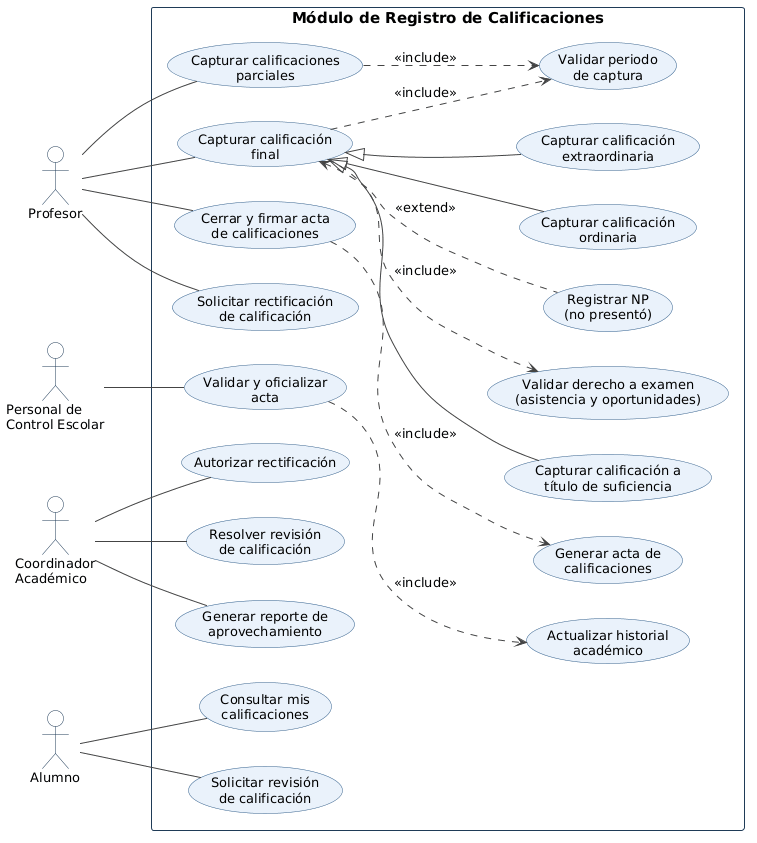
The PlantUML diagram modulos/resources/imgs/m8_calificaciones_casos_uso.png in Sudo-pacman-Rootkit/26b_is1_proyecto-final, before a commit.
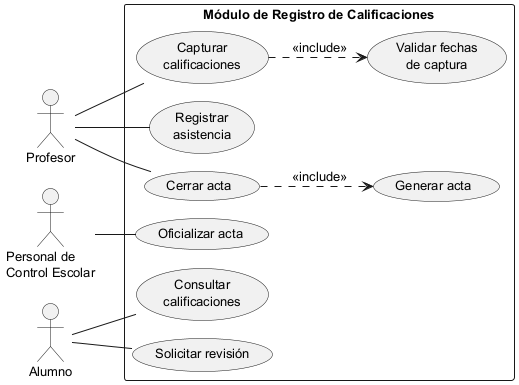
Later version of the same file.

Diff of the diagram source:
```diff
@@ -1,62 +1,28 @@
-@startuml
+@startuml m8_calificaciones_casos_uso
+!pragma layout smetana
 left to right direction
 skinparam shadowing false
 skinparam packageStyle rectangle
 skinparam defaultFontSize 13
-skinparam ArrowColor #444444
-skinparam actorBorderColor #1F3B57
-skinparam actorBackgroundColor #FFFFFF
-skinparam usecaseBackgroundColor #EAF2FB
-skinparam usecaseBorderColor #2F5D8A
-skinparam rectangleBorderColor #1F3B57
-skinparam rectangleFontStyle bold
-skinparam rectangleFontSize 15
 actor "Profesor" as PR
 actor "Personal de\nControl Escolar" as CE
-actor "Coordinador\nAcadémico" as CO
 actor "Alumno" as AL
-
 rectangle "Módulo de Registro de Calificaciones" {
-  usecase "Capturar calificaciones\nparciales" as UC01
-  usecase "Capturar calificación\nfinal" as UC02
-  usecase "Capturar calificación\nordinaria" as UC02a
-  usecase "Capturar calificación\nextraordinaria" as UC02b
-  usecase "Capturar calificación a\ntítulo de suficiencia" as UC02c
-  usecase "Validar periodo\nde captura" as UC03
-  usecase "Validar derecho a examen\n(asistencia y oportunidades)" as UC04
-  usecase "Registrar NP\n(no presentó)" as UC05
-  usecase "Cerrar y firmar acta\nde calificaciones" as UC06
-  usecase "Generar acta de\ncalificaciones" as UC07
-  usecase "Solicitar rectificación\nde calificación" as UC08
-  usecase "Validar y oficializar\nacta" as UC09
-  usecase "Actualizar historial\nacadémico" as UC10
-  usecase "Autorizar rectificación" as UC11
-  usecase "Resolver revisión\nde calificación" as UC12
-  usecase "Generar reporte de\naprovechamiento" as UC13
-  usecase "Consultar mis\ncalificaciones" as UC14
-  usecase "Solicitar revisión\nde calificación" as UC15
+  usecase "Capturar\ncalificaciones" as UC01
+  usecase "Registrar\nasistencia" as UC02
+  usecase "Cerrar acta" as UC03
+  usecase "Oficializar acta" as UC04
+  usecase "Consultar\ncalificaciones" as UC05
+  usecase "Solicitar revisión" as UC06
+  usecase "Validar fechas\nde captura" as UC07
+  usecase "Generar acta" as UC08
 }
-
 PR -- UC01
 PR -- UC02
-PR -- UC06
-PR -- UC08
-
-UC02 <|-- UC02a
-UC02 <|-- UC02b
-UC02 <|-- UC02c
-
-UC01 ..> UC03 : <<include>>
-UC02 ..> UC03 : <<include>>
-UC02 ..> UC04 : <<include>>
-UC02 <.. UC05 : <<extend>>
-UC06 ..> UC07 : <<include>>
-UC09 ..> UC10 : <<include>>
-
-CE -- UC09
-CO -- UC11
-CO -- UC12
-CO -- UC13
-AL -- UC14
-AL -- UC15
+PR -- UC03
+CE -- UC04
+AL -- UC05
+AL -- UC06
+UC01 ..> UC07 : <<include>>
+UC03 ..> UC08 : <<include>>
 @enduml
```
